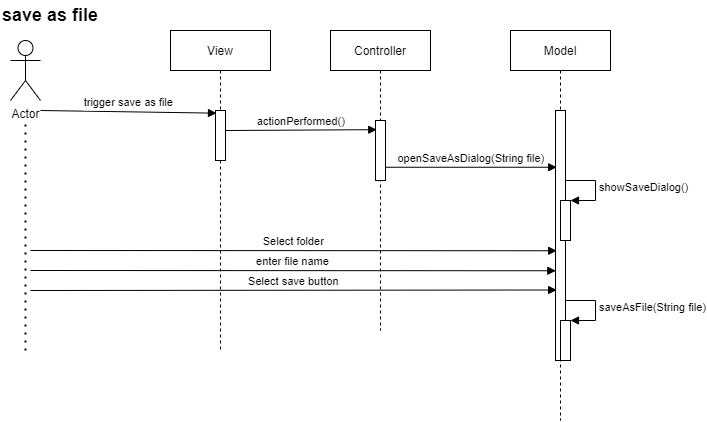
This is Laboration1/UML/saveAsFile.drawio.png from Johanced/2021-isgc08-Cederhag, a draw.io export, as it was before one commit. Source tidied: cells renumbered, new cells last; positions are measured from the earlier drawing's top-left corner, leaving out a move shared by most shapes. Source of this version:
```xml
<mxGraphModel>
  <root>
    <mxCell id="0" />
    <mxCell id="1" parent="0" />
    <mxCell id="2" value="Controller" style="shape=umlLifeline;perimeter=lifelinePerimeter;rounded=0;shadow=0;strokeWidth=1;" parent="1" vertex="1">
      <mxGeometry x="330" y="30" width="100" height="300" as="geometry" />
    </mxCell>
    <mxCell id="3" style="points=[];perimeter=orthogonalPerimeter;rounded=0;shadow=0;strokeWidth=1;" parent="2" vertex="1">
      <mxGeometry x="45" y="90" width="10" height="60" as="geometry" />
    </mxCell>
    <mxCell id="4" value="actionPerformed()" style="verticalAlign=bottom;endArrow=block;shadow=0;strokeWidth=1;entryX=0.121;entryY=0.153;entryDx=0;entryDy=0;entryPerimeter=0;" parent="2" edge="1" target="3">
      <mxGeometry relative="1" as="geometry">
        <mxPoint x="-105" y="100" as="sourcePoint" />
      </mxGeometry>
    </mxCell>
    <mxCell id="5" value="enter file name" style="verticalAlign=bottom;endArrow=block;shadow=0;strokeWidth=1;entryX=0.033;entryY=0.641;entryDx=0;entryDy=0;entryPerimeter=0;" parent="2" edge="1" target="7">
      <mxGeometry relative="1" as="geometry">
        <mxPoint x="-300" y="240" as="sourcePoint" />
      </mxGeometry>
    </mxCell>
    <mxCell id="6" value="Model" style="shape=umlLifeline;perimeter=lifelinePerimeter;rounded=0;shadow=0;strokeWidth=1;" parent="1" vertex="1">
      <mxGeometry x="510" y="30" width="100" height="390" as="geometry" />
    </mxCell>
    <mxCell id="7" style="points=[];perimeter=orthogonalPerimeter;rounded=0;shadow=0;strokeWidth=1;" parent="6" vertex="1">
      <mxGeometry x="45" y="80" width="10" height="250" as="geometry" />
    </mxCell>
    <mxCell id="8" style="html=1;points=[];perimeter=orthogonalPerimeter;" parent="6" vertex="1">
      <mxGeometry x="50" y="170" width="10" height="40" as="geometry" />
    </mxCell>
    <mxCell id="9" value="showSaveDialog()" style="edgeStyle=orthogonalEdgeStyle;html=1;align=left;spacingLeft=2;endArrow=block;rounded=0;entryX=1;entryY=0;" parent="6" edge="1" target="8">
      <mxGeometry relative="1" as="geometry">
        <mxPoint x="55" y="150" as="sourcePoint" />
        <Array as="points">
          <mxPoint x="85" y="150" />
        </Array>
      </mxGeometry>
    </mxCell>
    <mxCell id="10" style="html=1;points=[];perimeter=orthogonalPerimeter;" parent="6" vertex="1">
      <mxGeometry x="50" y="290" width="10" height="40" as="geometry" />
    </mxCell>
    <mxCell id="11" value="saveAsFile(String file)" style="edgeStyle=orthogonalEdgeStyle;html=1;align=left;spacingLeft=2;endArrow=block;rounded=0;entryX=1;entryY=0;" parent="6" edge="1" target="10">
      <mxGeometry relative="1" as="geometry">
        <mxPoint x="55" y="270" as="sourcePoint" />
        <Array as="points">
          <mxPoint x="85" y="270" />
        </Array>
      </mxGeometry>
    </mxCell>
    <mxCell id="12" value="openSaveAsDialog(String file)" style="verticalAlign=bottom;endArrow=block;entryX=0.121;entryY=0.227;shadow=0;strokeWidth=1;entryDx=0;entryDy=0;entryPerimeter=0;" parent="1" edge="1" source="3" target="7">
      <mxGeometry relative="1" as="geometry" />
    </mxCell>
    <mxCell id="13" value="Actor" style="shape=umlActor;verticalLabelPosition=bottom;verticalAlign=top;html=1;" parent="1" vertex="1">
      <mxGeometry x="10" y="40" width="30" height="60" as="geometry" />
    </mxCell>
    <mxCell id="14" value="trigger save as file" style="verticalAlign=bottom;endArrow=block;entryX=0.1;entryY=0.053;shadow=0;strokeWidth=1;entryDx=0;entryDy=0;entryPerimeter=0;" parent="1" edge="1" target="16">
      <mxGeometry relative="1" as="geometry">
        <mxPoint x="40" y="110" as="sourcePoint" />
      </mxGeometry>
    </mxCell>
    <mxCell id="15" value="View" style="shape=umlLifeline;perimeter=lifelinePerimeter;rounded=0;shadow=0;strokeWidth=1;" parent="1" vertex="1">
      <mxGeometry x="170" y="30" width="100" height="320" as="geometry" />
    </mxCell>
    <mxCell id="16" style="points=[];perimeter=orthogonalPerimeter;rounded=0;shadow=0;strokeWidth=1;" parent="15" vertex="1">
      <mxGeometry x="45" y="80" width="10" height="50" as="geometry" />
    </mxCell>
    <mxCell id="17" style="endArrow=none;dashed=1;html=1;dashPattern=1 3;strokeWidth=2;rounded=0;" parent="1" edge="1">
      <mxGeometry relative="1" as="geometry">
        <mxPoint x="25" y="350" as="sourcePoint" />
        <mxPoint x="25" y="120" as="targetPoint" />
      </mxGeometry>
    </mxCell>
    <mxCell id="18" value="Select folder" style="verticalAlign=bottom;endArrow=block;shadow=0;strokeWidth=1;entryX=0.117;entryY=0.561;entryDx=0;entryDy=0;entryPerimeter=0;" parent="1" edge="1" target="7">
      <mxGeometry relative="1" as="geometry">
        <mxPoint x="30" y="250" as="sourcePoint" />
      </mxGeometry>
    </mxCell>
    <mxCell id="19" value="Select save button" style="verticalAlign=bottom;endArrow=block;shadow=0;strokeWidth=1;entryX=0.117;entryY=0.718;entryDx=0;entryDy=0;entryPerimeter=0;" parent="1" edge="1" target="7">
      <mxGeometry relative="1" as="geometry">
        <mxPoint x="30" y="290" as="sourcePoint" />
      </mxGeometry>
    </mxCell>
    <mxCell id="20" value="&lt;b&gt;save as file&lt;/b&gt;" style="text;html=1;strokeColor=none;fillColor=none;align=center;verticalAlign=middle;whiteSpace=wrap;rounded=0;fontSize=18;" parent="1" vertex="1">
      <mxGeometry width="100" height="30" as="geometry" />
    </mxCell>
  </root>
</mxGraphModel>
```
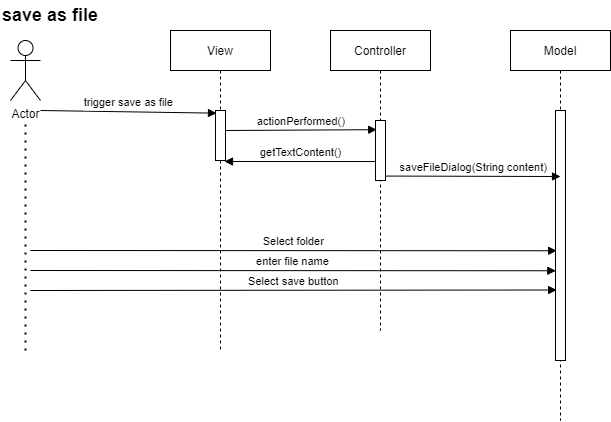
Above is the later version.

Change to the diagram source:
```diff
@@ -24,29 +24,7 @@
     <mxCell id="7" style="points=[];perimeter=orthogonalPerimeter;rounded=0;shadow=0;strokeWidth=1;" parent="6" vertex="1">
       <mxGeometry x="45" y="80" width="10" height="250" as="geometry" />
     </mxCell>
-    <mxCell id="8" style="html=1;points=[];perimeter=orthogonalPerimeter;" parent="6" vertex="1">
-      <mxGeometry x="50" y="170" width="10" height="40" as="geometry" />
-    </mxCell>
-    <mxCell id="9" value="showSaveDialog()" style="edgeStyle=orthogonalEdgeStyle;html=1;align=left;spacingLeft=2;endArrow=block;rounded=0;entryX=1;entryY=0;" parent="6" edge="1" target="8">
-      <mxGeometry relative="1" as="geometry">
-        <mxPoint x="55" y="150" as="sourcePoint" />
-        <Array as="points">
-          <mxPoint x="85" y="150" />
-        </Array>
-      </mxGeometry>
-    </mxCell>
-    <mxCell id="10" style="html=1;points=[];perimeter=orthogonalPerimeter;" parent="6" vertex="1">
-      <mxGeometry x="50" y="290" width="10" height="40" as="geometry" />
-    </mxCell>
-    <mxCell id="11" value="saveAsFile(String file)" style="edgeStyle=orthogonalEdgeStyle;html=1;align=left;spacingLeft=2;endArrow=block;rounded=0;entryX=1;entryY=0;" parent="6" edge="1" target="10">
-      <mxGeometry relative="1" as="geometry">
-        <mxPoint x="55" y="270" as="sourcePoint" />
-        <Array as="points">
-          <mxPoint x="85" y="270" />
-        </Array>
-      </mxGeometry>
-    </mxCell>
-    <mxCell id="12" value="openSaveAsDialog(String file)" style="verticalAlign=bottom;endArrow=block;entryX=0.121;entryY=0.227;shadow=0;strokeWidth=1;entryDx=0;entryDy=0;entryPerimeter=0;" parent="1" edge="1" source="3" target="7">
+    <mxCell id="12" value="saveFileDialog(String content)" style="verticalAlign=bottom;endArrow=block;shadow=0;strokeWidth=1;exitX=1.071;exitY=0.926;exitDx=0;exitDy=0;exitPerimeter=0;entryX=0.5;entryY=0.264;entryDx=0;entryDy=0;entryPerimeter=0;" parent="1" edge="1" source="3" target="7">
       <mxGeometry relative="1" as="geometry" />
     </mxCell>
     <mxCell id="13" value="Actor" style="shape=umlActor;verticalLabelPosition=bottom;verticalAlign=top;html=1;" parent="1" vertex="1">
@@ -82,5 +60,8 @@
     <mxCell id="20" value="&lt;b&gt;save as file&lt;/b&gt;" style="text;html=1;strokeColor=none;fillColor=none;align=center;verticalAlign=middle;whiteSpace=wrap;rounded=0;fontSize=18;" parent="1" vertex="1">
       <mxGeometry width="100" height="30" as="geometry" />
     </mxCell>
+    <mxCell id="21" value=" getTextContent()" style="verticalAlign=bottom;endArrow=block;shadow=0;strokeWidth=1;entryX=0.9;entryY=1.02;entryDx=0;entryDy=0;entryPerimeter=0;exitX=-0.013;exitY=0.684;exitDx=0;exitDy=0;exitPerimeter=0;" parent="1" edge="1" source="3" target="16">
+      <mxGeometry relative="1" as="geometry" />
+    </mxCell>
   </root>
 </mxGraphModel>
```
